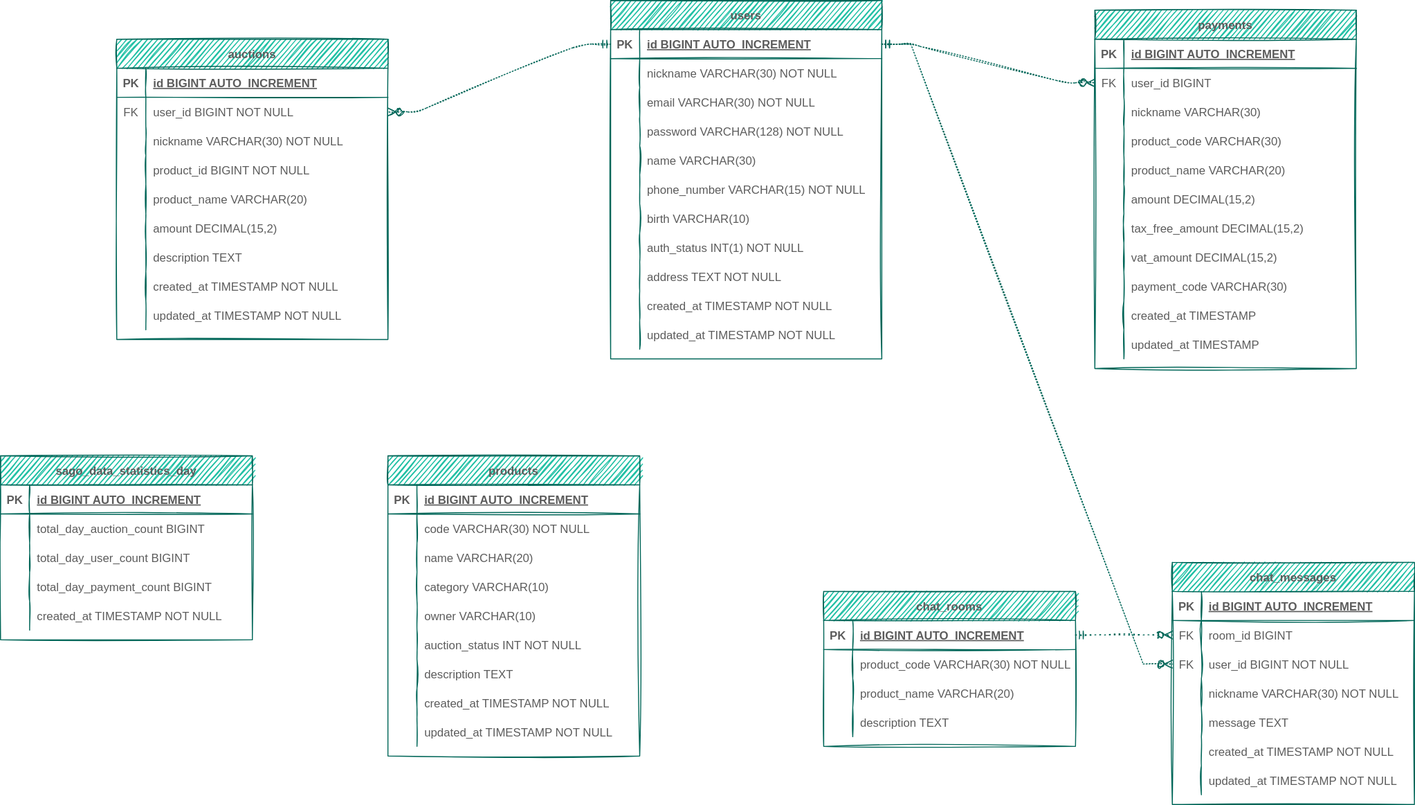
Earlier version of the draw.io export sago_database_schema.drawio.svg (AnneMayor/TestRepository). Source tidied: cells renumbered, new cells last; positions are measured from the earlier drawing's top-left corner, leaving out a move shared by most shapes.
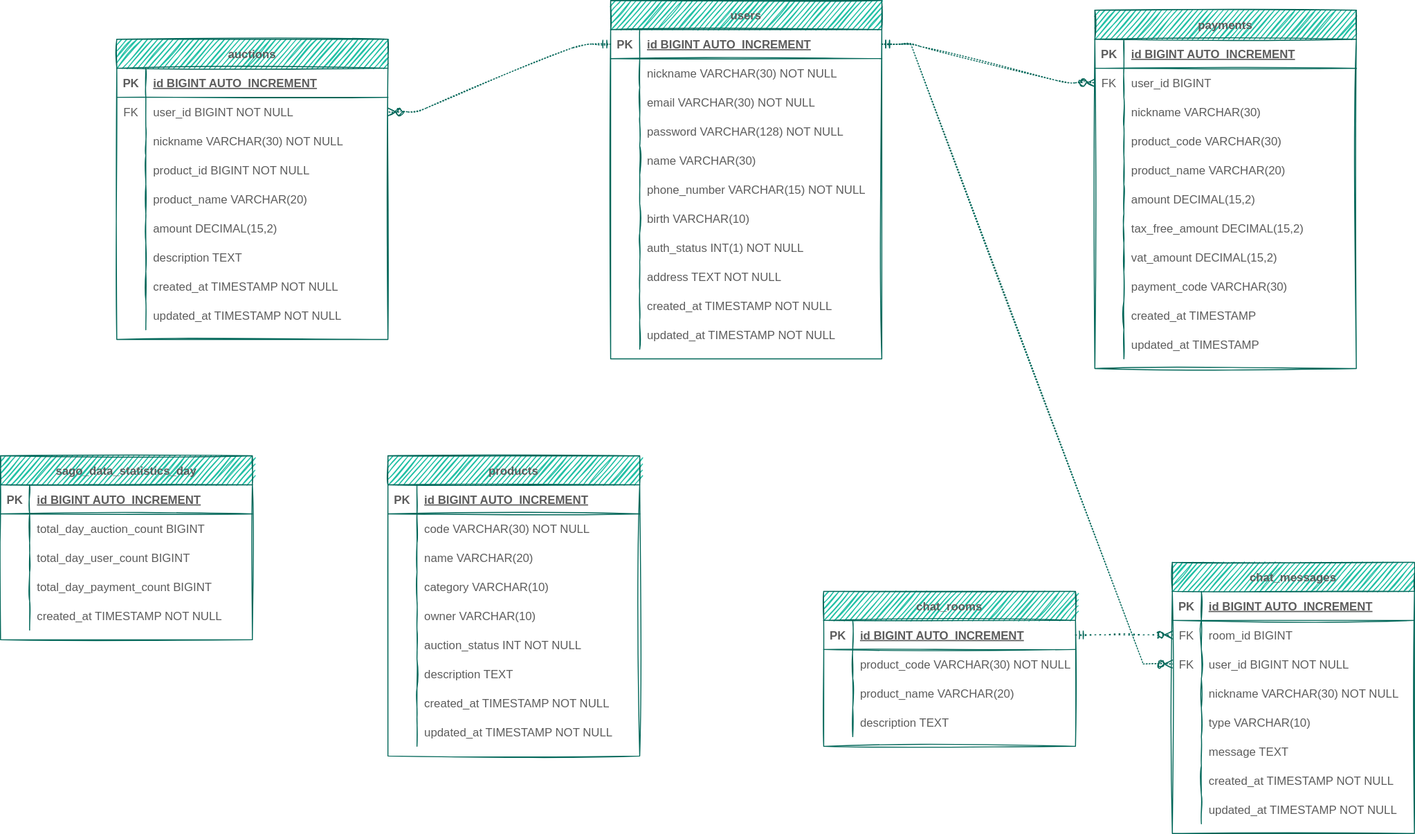
The same file after the commit.

Diff of the diagram source:
```diff
@@ -375,7 +375,7 @@
       <mxGeometry x="30" width="230" height="30" as="geometry" />
     </mxCell>
     <mxCell id="126" value="chat_messages" style="shape=table;startSize=30;rowLines=0;fontStyle=1;align=center;sketch=1;fillColor=#21C0A5;strokeColor=#006658;fontColor=#5C5C5C;" parent="1" vertex="1">
-      <mxGeometry x="1210" y="580" width="250" height="250" as="geometry" />
+      <mxGeometry x="1210" y="580" width="250" height="280" as="geometry" />
     </mxCell>
     <mxCell id="127" style="shape=partialRectangle;fillColor=none;top=0;left=0;bottom=1;right=0;sketch=1;strokeColor=#006658;fontColor=#5C5C5C;" parent="126" vertex="1">
       <mxGeometry y="30" width="250" height="30" as="geometry" />
@@ -413,8 +413,17 @@
     <mxCell id="138" value="nickname VARCHAR(30) NOT NULL" style="shape=partialRectangle;fillColor=none;top=0;left=0;bottom=0;right=0;align=left;spacingLeft=6;overflow=hidden;sketch=1;strokeColor=#006658;fontColor=#5C5C5C;" parent="136" vertex="1">
       <mxGeometry x="30" width="220" height="30" as="geometry" />
     </mxCell>
+    <mxCell id="181" style="shape=partialRectangle;fillColor=none;top=0;left=0;bottom=0;right=0;sketch=1;strokeColor=#006658;fontColor=#5C5C5C;" parent="126" vertex="1">
+      <mxGeometry y="150" width="250" height="30" as="geometry" />
+    </mxCell>
+    <mxCell id="182" style="shape=partialRectangle;fillColor=none;top=0;left=0;bottom=0;right=0;overflow=hidden;sketch=1;strokeColor=#006658;fontColor=#5C5C5C;" parent="181" vertex="1">
+      <mxGeometry width="30" height="30" as="geometry" />
+    </mxCell>
+    <mxCell id="183" value="type VARCHAR(10)" style="shape=partialRectangle;fillColor=none;top=0;left=0;bottom=0;right=0;align=left;spacingLeft=6;overflow=hidden;sketch=1;strokeColor=#006658;fontColor=#5C5C5C;" parent="181" vertex="1">
+      <mxGeometry x="30" width="220" height="30" as="geometry" />
+    </mxCell>
     <mxCell id="139" style="shape=partialRectangle;fillColor=none;top=0;left=0;bottom=0;right=0;sketch=1;strokeColor=#006658;fontColor=#5C5C5C;" parent="126" vertex="1">
-      <mxGeometry y="150" width="250" height="30" as="geometry" />
+      <mxGeometry y="180" width="250" height="30" as="geometry" />
     </mxCell>
     <mxCell id="140" style="shape=partialRectangle;fillColor=none;top=0;left=0;bottom=0;right=0;overflow=hidden;sketch=1;strokeColor=#006658;fontColor=#5C5C5C;" parent="139" vertex="1">
       <mxGeometry width="30" height="30" as="geometry" />
@@ -423,7 +432,7 @@
       <mxGeometry x="30" width="220" height="30" as="geometry" />
     </mxCell>
     <mxCell id="142" style="shape=partialRectangle;fillColor=none;top=0;left=0;bottom=0;right=0;sketch=1;strokeColor=#006658;fontColor=#5C5C5C;" parent="126" vertex="1">
-      <mxGeometry y="180" width="250" height="30" as="geometry" />
+      <mxGeometry y="210" width="250" height="30" as="geometry" />
     </mxCell>
     <mxCell id="143" style="shape=partialRectangle;fillColor=none;top=0;left=0;bottom=0;right=0;overflow=hidden;sketch=1;strokeColor=#006658;fontColor=#5C5C5C;" parent="142" vertex="1">
       <mxGeometry width="30" height="30" as="geometry" />
@@ -432,7 +441,7 @@
       <mxGeometry x="30" width="220" height="30" as="geometry" />
     </mxCell>
     <mxCell id="145" style="shape=partialRectangle;fillColor=none;top=0;left=0;bottom=0;right=0;sketch=1;strokeColor=#006658;fontColor=#5C5C5C;" parent="126" vertex="1">
-      <mxGeometry y="210" width="250" height="30" as="geometry" />
+      <mxGeometry y="240" width="250" height="30" as="geometry" />
     </mxCell>
     <mxCell id="146" style="shape=partialRectangle;fillColor=none;top=0;left=0;bottom=0;right=0;overflow=hidden;sketch=1;strokeColor=#006658;fontColor=#5C5C5C;" parent="145" vertex="1">
       <mxGeometry width="30" height="30" as="geometry" />
```
